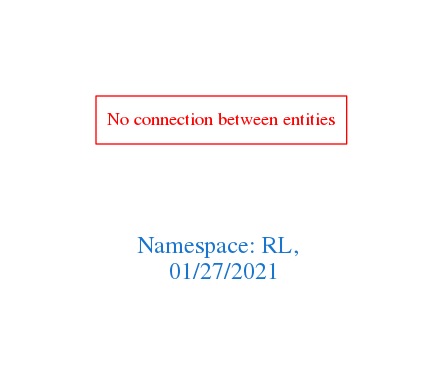
Above: downloads/RL.png in arago/OGIT (Graphviz), before the change. Its source is kept beside it as downloads/RL.dot.
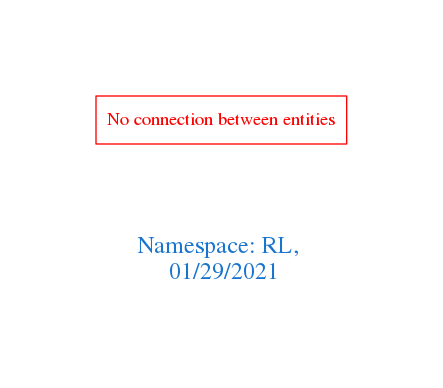
Above is the later version.

What changed in the source:
```diff
@@ -1,7 +1,7 @@
 digraph OGIT_ontology {
  graph [ rankdir= LR,pad=1
 fontsize = 18,
-fontcolor= dodgerblue3,label = "\n\n\nNamespace: RL, \n 01/27/2021"];
+fontcolor= dodgerblue3,label = "\n\n\nNamespace: RL, \n 01/29/2021"];
 node[shape=polygon];
 edge [  color="gray81"];
 
```
